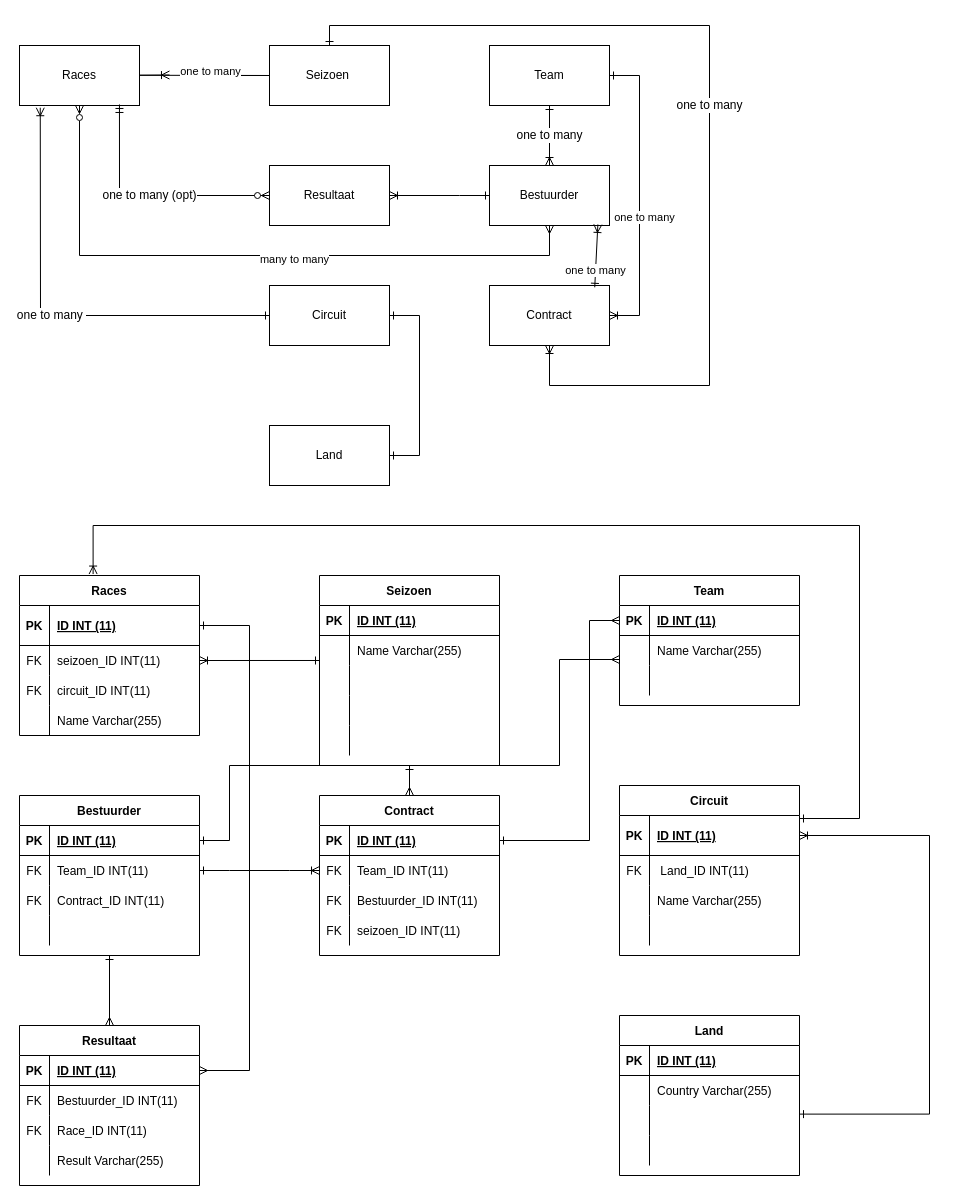
Earlier version of the draw.io diagram Untitled Diagram.drawio (Thijmen-Stegenga/ERD). Source tidied: cells renumbered, new cells numbered last; positions are measured from the earlier drawing's top-left corner, leaving out a move shared by most shapes. Both pictures are drawn from the tidied source at 100%, with x=0, y=0 at pixel (19, 25).
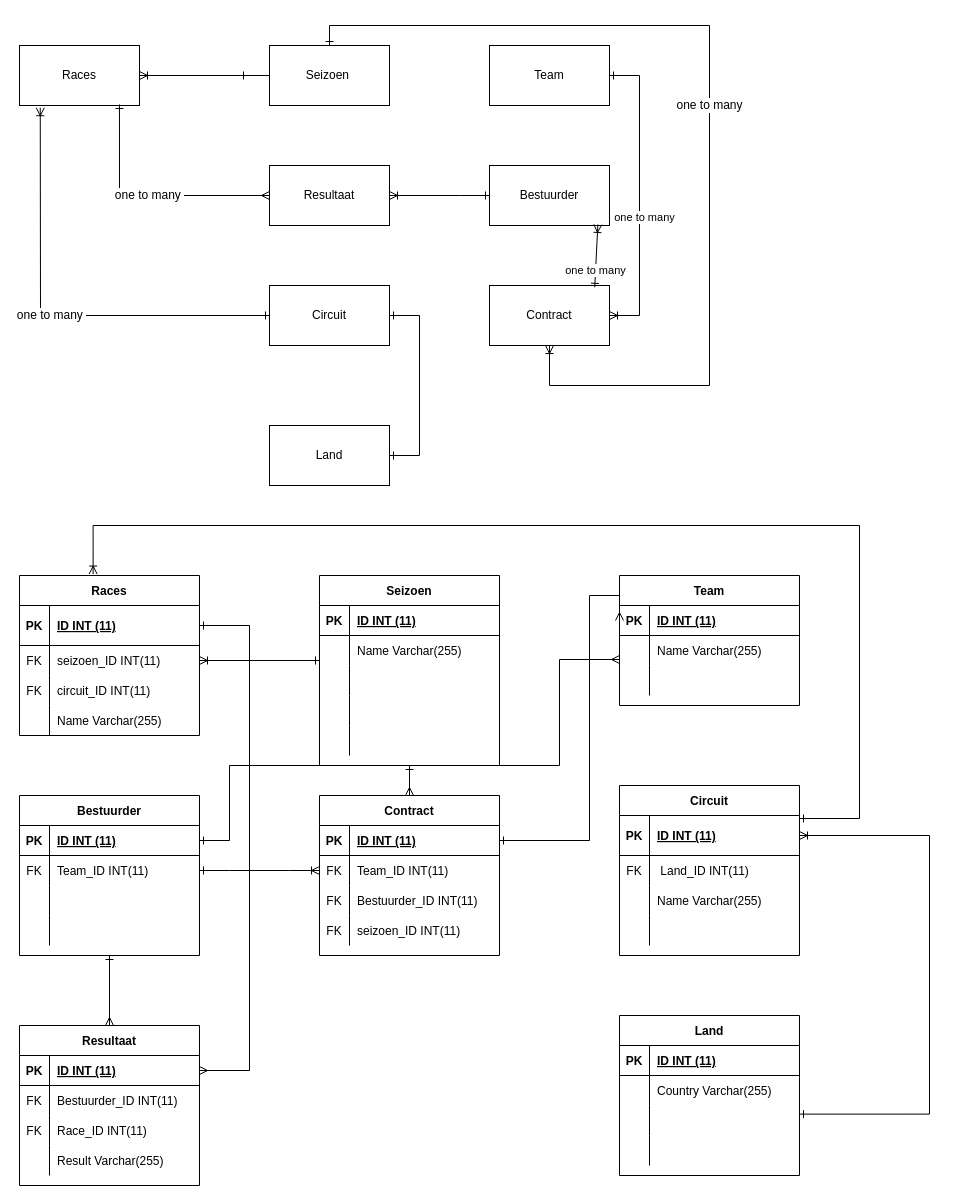
Above is the later version.

Unchanged cells that the change refers to:
```xml
<mxCell id="2" value="Races" style="rounded=0;whiteSpace=wrap;html=1;" parent="1" vertex="1">
  <mxGeometry y="20" width="120" height="60" as="geometry" />
</mxCell>
<mxCell id="6" value="Bestuurder" style="rounded=0;whiteSpace=wrap;html=1;" parent="1" vertex="1">
  <mxGeometry x="470" y="140" width="120" height="60" as="geometry" />
</mxCell>
<mxCell id="8" value="Team" style="rounded=0;whiteSpace=wrap;html=1;" parent="1" vertex="1">
  <mxGeometry x="470" y="20" width="120" height="60" as="geometry" />
</mxCell>
<mxCell id="11" value="Resultaat" style="rounded=0;whiteSpace=wrap;html=1;" parent="1" vertex="1">
  <mxGeometry x="250" y="140" width="120" height="60" as="geometry" />
</mxCell>
<mxCell id="80" style="shape=tableRow;horizontal=0;startSize=0;swimlaneHead=0;swimlaneBody=0;fillColor=none;points=[[0,0.5],[1,0.5]];portConstraint=eastwest;top=0;left=0;right=0;bottom=1;" parent="79" vertex="1">
  <mxGeometry y="30" width="180" height="30" as="geometry" />
</mxCell>
<mxCell id="90" style="shape=tableRow;horizontal=0;startSize=0;swimlaneHead=0;swimlaneBody=0;fillColor=none;points=[[0,0.5],[1,0.5]];portConstraint=eastwest;top=0;left=0;right=0;bottom=1;" parent="89" vertex="1">
  <mxGeometry y="30" width="180" height="30" as="geometry" />
</mxCell>
<mxCell id="109" style="shape=tableRow;horizontal=0;startSize=0;swimlaneHead=0;swimlaneBody=0;fillColor=none;top=0;left=0;right=0;bottom=0;" parent="102" vertex="1">
  <mxGeometry y="90" width="180" height="30" as="geometry" />
</mxCell>
```

Diff of the diagram source:
```diff
@@
-    <mxCell id="4" style="edgeStyle=entityRelationEdgeStyle;fontSize=12;html=1;endArrow=ERoneToMany;rounded=0;" parent="1" edge="1">
-      <mxGeometry relative="1" as="geometry">
-        <mxPoint x="220" y="50" as="sourcePoint" />
-        <mxPoint x="150" y="49.5" as="targetPoint" />
-      </mxGeometry>
-    </mxCell>
-    <mxCell id="5" value="one to many" style="edgeLabel;html=1;align=center;verticalAlign=middle;" parent="4" vertex="1">
-      <mxGeometry x="-0.06" y="-4" relative="1" as="geometry" />
-    </mxCell>
@@
-    <mxCell id="15" value="one to many" style="fontSize=12;html=1;endArrow=ERoneToMany;rounded=0;targetPerimeterSpacing=1;entryX=0.5;entryY=0;entryDx=0;entryDy=0;exitX=0.5;exitY=1;exitDx=0;exitDy=0;startArrow=ERone;startFill=0;" parent="1" edge="1" source="8" target="6">
-      <mxGeometry relative="1" as="geometry" />
-    </mxCell>
@@
-    <mxCell id="17" style="fontSize=12;html=1;endArrow=ERzeroToMany;startArrow=ERmany;rounded=0;targetPerimeterSpacing=1;entryX=0.5;entryY=1;entryDx=0;entryDy=0;exitX=0.5;exitY=1;exitDx=0;exitDy=0;startFill=0;endFill=0;" parent="1" edge="1" source="6" target="2">
-      <mxGeometry relative="1" as="geometry">
-        <Array as="points">
-          <mxPoint x="530" y="230" />
-          <mxPoint x="60" y="230" />
-        </Array>
-      </mxGeometry>
-    </mxCell>
-    <mxCell id="18" value="many to many" style="edgeLabel;html=1;align=center;verticalAlign=middle;" parent="17" vertex="1">
-      <mxGeometry x="-0.12" y="3" relative="1" as="geometry" />
-    </mxCell>
@@
-    <mxCell id="23" value="one to many (opt)" style="fontSize=12;html=1;endArrow=ERzeroToMany;startArrow=ERmandOne;rounded=0;entryX=0;entryY=0.5;entryDx=0;entryDy=0;exitX=0.833;exitY=0.983;exitDx=0;exitDy=0;exitPerimeter=0;" parent="1" edge="1" source="2" target="11">
+    <mxCell id="23" value="one to many&amp;nbsp;" style="fontSize=12;html=1;endArrow=ERmany;startArrow=ERone;rounded=0;entryX=0;entryY=0.5;entryDx=0;entryDy=0;exitX=0.833;exitY=0.983;exitDx=0;exitDy=0;exitPerimeter=0;startFill=0;endFill=0;" parent="1" edge="1" source="2" target="11">
       <mxGeometry relative="1" as="geometry">
         <Array as="points">
           <mxPoint x="100" y="170" />
         </Array>
       </mxGeometry>
     </mxCell>
@@
-    <mxCell id="110" value="FK" style="shape=partialRectangle;fillColor=none;top=0;left=0;bottom=0;right=0;overflow=hidden;" parent="109" vertex="1">
+    <mxCell id="110" style="shape=partialRectangle;fillColor=none;top=0;left=0;bottom=0;right=0;overflow=hidden;" parent="109" vertex="1">
       <mxGeometry width="30" height="30" as="geometry" />
     </mxCell>
-    <mxCell id="111" value="Contract_ID INT(11)" style="shape=partialRectangle;fillColor=none;top=0;left=0;bottom=0;right=0;align=left;spacingLeft=6;overflow=hidden;" parent="109" vertex="1">
+    <mxCell id="111" style="shape=partialRectangle;fillColor=none;top=0;left=0;bottom=0;right=0;align=left;spacingLeft=6;overflow=hidden;" parent="109" vertex="1">
       <mxGeometry x="30" width="150" height="30" as="geometry" />
     </mxCell>
@@
     <mxCell id="128" style="fontSize=12;html=1;endArrow=ERmany;rounded=0;edgeStyle=orthogonalEdgeStyle;exitX=1;exitY=0.5;exitDx=0;exitDy=0;entryX=0;entryY=0.5;entryDx=0;entryDy=0;startArrow=ERone;startFill=0;" parent="1" edge="1" source="90" target="80">
       <mxGeometry relative="1" as="geometry">
         <Array as="points">
           <mxPoint x="570" y="815" />
-          <mxPoint x="570" y="595" />
+          <mxPoint x="570" y="570" />
+          <mxPoint x="600" y="570" />
         </Array>
       </mxGeometry>
     </mxCell>
@@
+    <mxCell id="137" style="edgeStyle=entityRelationEdgeStyle;fontSize=12;html=1;endArrow=ERoneToMany;rounded=0;entryX=1;entryY=0.5;entryDx=0;entryDy=0;startArrow=ERone;startFill=0;" parent="1" edge="1" target="2">
+      <mxGeometry relative="1" as="geometry">
+        <mxPoint x="220" y="50" as="sourcePoint" />
+      </mxGeometry>
+    </mxCell>
```
